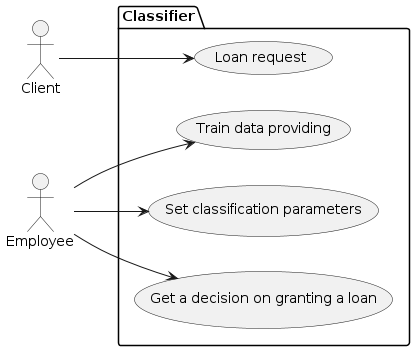
Before: Task-1/context.png, a diagram exported from PlantUML (maxl1ng/TASKS).
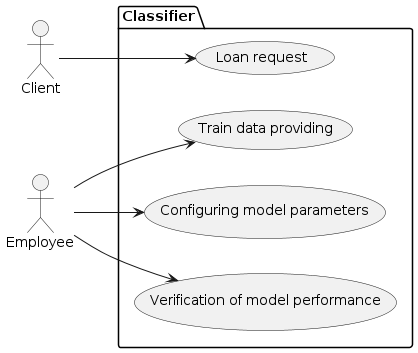
After the commit.

The edit, as a diff of the source:
```diff
@@ -9,8 +9,8 @@
 package Classifier {
   usecase "Loan request" as UC1
   usecase "Train data providing" as UC2
-  usecase "Set classification parameters" as UC3
-  usecase "Get a decision on granting a loan" as UC4
+  usecase "Configuring model parameters" as UC3
+  usecase "Verification of model performance" as UC4
 }
 cl --> UC1
 em --> UC2
```
